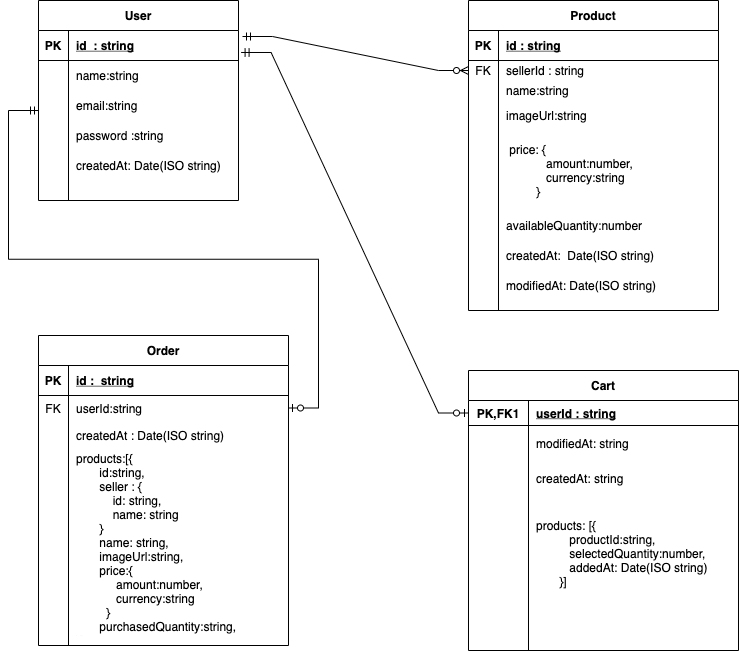
This is docs/erd.png from rajatgarg9/e-commerce-mern-stack, a draw.io export, as it was before one commit. Source tidied: cells renumbered, new cells last; positions are measured from the earlier drawing's top-left corner, leaving out a move shared by most shapes.
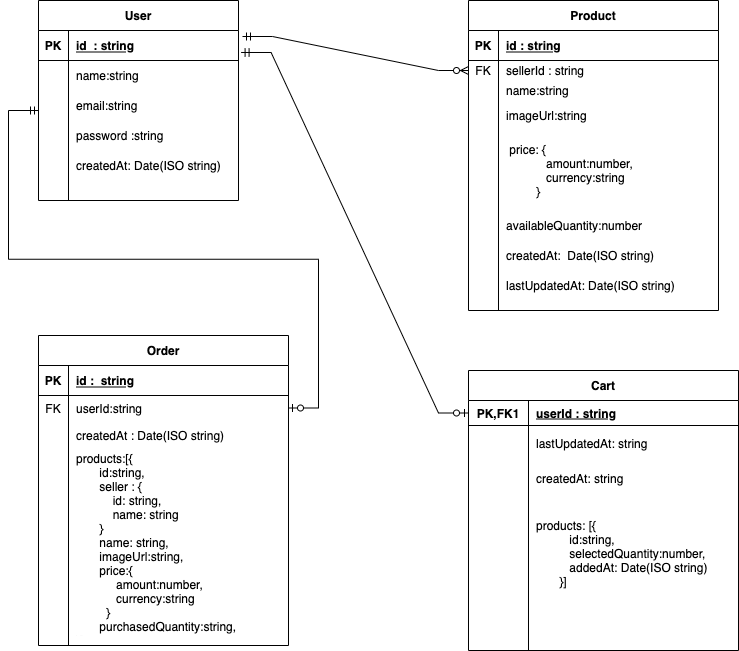
Above is the later version.

Change to the diagram source:
```diff
@@ -74,7 +74,7 @@
     <mxCell id="25" style="shape=partialRectangle;overflow=hidden;fillColor=none;top=0;left=0;bottom=0;right=0;" parent="24" vertex="1">
       <mxGeometry width="30" height="30" as="geometry" />
     </mxCell>
-    <mxCell id="26" value="modifiedAt: Date(ISO string)" style="shape=partialRectangle;overflow=hidden;fillColor=none;top=0;left=0;bottom=0;right=0;align=left;spacingLeft=6;" parent="24" vertex="1">
+    <mxCell id="26" value="lastUpdatedAt: Date(ISO string)" style="shape=partialRectangle;overflow=hidden;fillColor=none;top=0;left=0;bottom=0;right=0;align=left;spacingLeft=6;" parent="24" vertex="1">
       <mxGeometry x="30" width="220" height="30" as="geometry" />
     </mxCell>
     <mxCell id="27" value="User" style="shape=table;startSize=30;rowLines=0;fontStyle=1;align=center;" parent="1" vertex="1">
@@ -143,7 +143,7 @@
     <mxCell id="48" style="shape=partialRectangle;overflow=hidden;fillColor=none;top=0;left=0;bottom=0;right=0;" parent="47" vertex="1">
       <mxGeometry width="60" height="35" as="geometry" />
     </mxCell>
-    <mxCell id="49" value="modifiedAt: string" style="shape=partialRectangle;overflow=hidden;fillColor=none;top=0;left=0;bottom=0;right=0;align=left;spacingLeft=6;" parent="47" vertex="1">
+    <mxCell id="49" value="lastUpdatedAt: string" style="shape=partialRectangle;overflow=hidden;fillColor=none;top=0;left=0;bottom=0;right=0;align=left;spacingLeft=6;" parent="47" vertex="1">
       <mxGeometry x="60" width="210" height="35" as="geometry" />
     </mxCell>
     <mxCell id="50" style="shape=partialRectangle;fillColor=none;top=0;left=0;right=0;bottom=0;" parent="43" vertex="1">
@@ -161,7 +161,7 @@
     <mxCell id="54" style="shape=partialRectangle;overflow=hidden;fillColor=none;top=0;left=0;bottom=0;right=0;" parent="53" vertex="1">
       <mxGeometry width="60" height="115" as="geometry" />
     </mxCell>
-    <mxCell id="55" value="products: [{&#10;          productId:string,&#10;          selectedQuantity:number,&#10;          addedAt: Date(ISO string)&#10;       }]" style="shape=partialRectangle;overflow=hidden;fillColor=none;top=0;left=0;bottom=0;right=0;align=left;spacingLeft=6;" parent="53" vertex="1">
+    <mxCell id="55" value="products: [{&#10;          id:string,&#10;          selectedQuantity:number,&#10;          addedAt: Date(ISO string)&#10;       }]" style="shape=partialRectangle;overflow=hidden;fillColor=none;top=0;left=0;bottom=0;right=0;align=left;spacingLeft=6;" parent="53" vertex="1">
       <mxGeometry x="60" width="210" height="115" as="geometry" />
     </mxCell>
     <mxCell id="56" style="shape=partialRectangle;fillColor=none;top=0;left=0;right=0;bottom=0;" parent="43" vertex="1">
```
